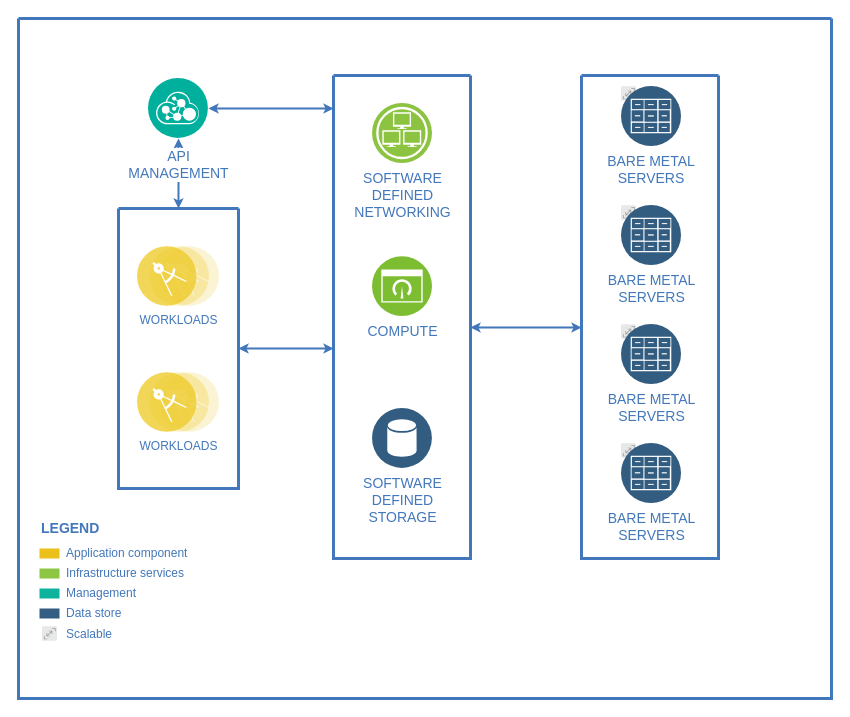
Before: Untitled Diagram.drawio in yigoC/test, a draw.io diagram. Source tidied: cells renumbered, new cells numbered last; positions are measured from the earlier drawing's top-left corner, leaving out a move shared by most shapes. Both pictures are drawn from the tidied source at 100%, with x=0, y=0 at pixel (18, 18).
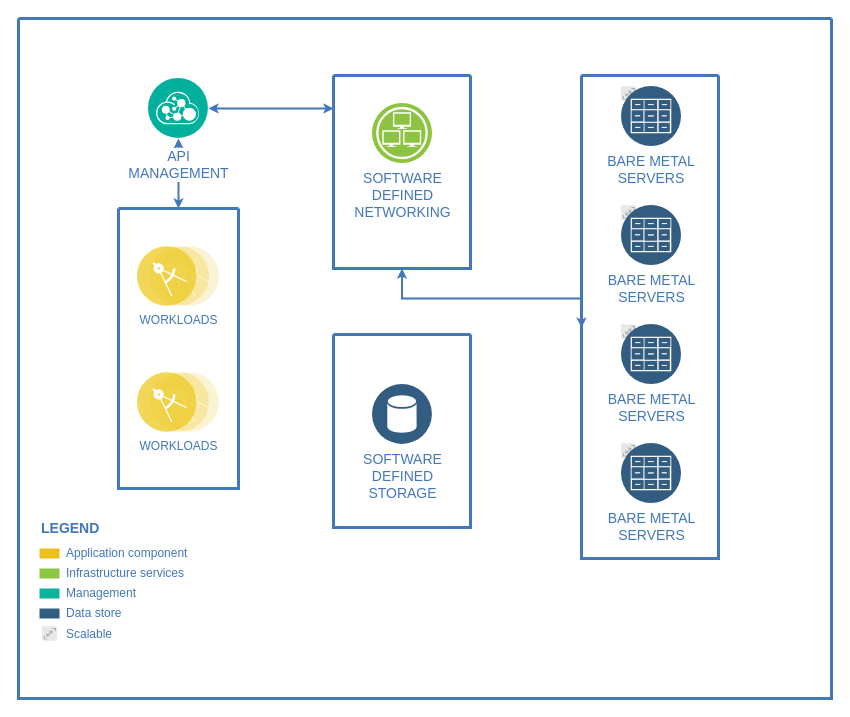
Above is the later version.

Commit message:
用户中心接收数据组织架构

The change refers to these unchanged cells:
```xml
<mxCell id="2" style="swimlane;shadow=0;strokeColor=#4277BB;fillColor=#ffffff;fontColor=#4277BB;align=right;startSize=0;strokeWidth=3;" parent="1" vertex="1">
  <mxGeometry width="813" height="680" as="geometry" />
</mxCell>
<mxCell id="13" style="swimlane;shadow=0;strokeColor=#4277BB;fillColor=#ffffff;fontColor=#4277BB;align=right;startSize=0;strokeWidth=3;" parent="2" vertex="1">
  <mxGeometry x="100" y="190" width="120" height="280" as="geometry" />
</mxCell>
```

What changed in the source:
```diff
@@
-    <mxCell id="4" style="edgeStyle=elbowEdgeStyle;rounded=0;elbow=vertical;html=1;labelBackgroundColor=#ffffff;startArrow=classic;startFill=1;startSize=4;endArrow=classic;endFill=1;endSize=4;jettySize=auto;strokeColor=#4277BB;strokeWidth=2;fontSize=14;fontColor=#4277BB;" parent="2" edge="1" source="13" target="16">
-      <mxGeometry relative="1" as="geometry" />
-    </mxCell>
@@
     <mxCell id="16" style="swimlane;shadow=0;strokeColor=#4277BB;fillColor=#ffffff;fontColor=#4277BB;align=right;startSize=0;strokeWidth=3;" parent="2" vertex="1">
-      <mxGeometry x="315" y="57" width="137" height="483" as="geometry" />
+      <mxGeometry x="315" y="57" width="137" height="193" as="geometry" />
     </mxCell>
@@
-    <mxCell id="18" value="COMPUTE" style="perimeter=ellipsePerimeter;html=1;align=center;shadow=0;dashed=0;image;image=img/lib/ibm/infrastructure/dashboard.svg;rounded=1;labelBackgroundColor=#ffffff;strokeColor=#666666;strokeWidth=3;fillColor=#C2952D;gradientColor=none;fontSize=14;fontColor=#4277BB;" parent="16" vertex="1">
-      <mxGeometry x="39" y="181" width="60" height="60" as="geometry" />
-    </mxCell>
-    <mxCell id="19" value="SOFTWARE&lt;div&gt;DEFINED&lt;/div&gt;&lt;div&gt;STORAGE&lt;/div&gt;" style="perimeter=ellipsePerimeter;html=1;align=center;shadow=0;dashed=0;image;image=img/lib/ibm/data/data_services.svg;rounded=1;labelBackgroundColor=#ffffff;strokeColor=#666666;strokeWidth=3;fillColor=#C2952D;gradientColor=none;fontSize=14;fontColor=#4277BB;" parent="16" vertex="1">
-      <mxGeometry x="39" y="333" width="60" height="60" as="geometry" />
-    </mxCell>
@@
+    <mxCell id="34" style="swimlane;shadow=0;strokeColor=#4277BB;fillColor=#ffffff;fontColor=#4277BB;align=right;startSize=0;strokeWidth=3;" parent="2" vertex="1">
+      <mxGeometry x="315" y="316" width="137" height="193" as="geometry" />
+    </mxCell>
+    <mxCell id="19" value="SOFTWARE&lt;div&gt;DEFINED&lt;/div&gt;&lt;div&gt;STORAGE&lt;/div&gt;" style="perimeter=ellipsePerimeter;html=1;align=center;shadow=0;dashed=0;image;image=img/lib/ibm/data/data_services.svg;rounded=1;labelBackgroundColor=#ffffff;strokeColor=#666666;strokeWidth=3;fillColor=#C2952D;gradientColor=none;fontSize=14;fontColor=#4277BB;" parent="34" vertex="1">
+      <mxGeometry x="39" y="50" width="60" height="60" as="geometry" />
+    </mxCell>
```
